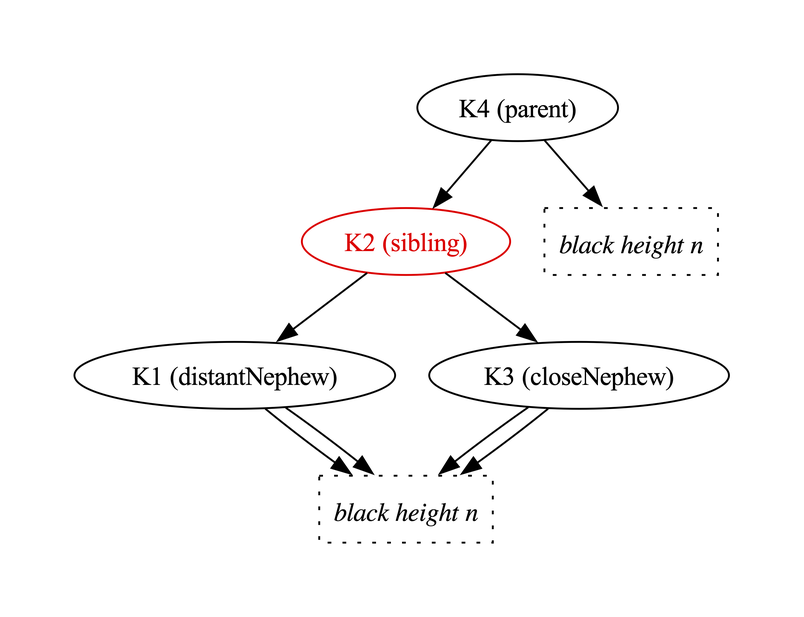
Before: Fw/DataStructures/docs/diagrams/removeBlackLeafNode/red-sibling-1.png, a diagram exported from Graphviz (nasa/fprime). Its source is kept beside it as Fw/DataStructures/docs/diagrams/removeBlackLeafNode/red-sibling-1.dot. Its diagram source:
```dot
digraph {

  K4 -> K2
  K4 -> BHn1
  K2 -> K1
  K2 -> K3

  K1 -> BHn2
  K1 -> BHn2
  K3 -> BHn2
  K3 -> BHn2

  K1 [label="K1 (distantNephew)"]
  K2 [label="K2 (sibling)",color="red",fontcolor="red"]
  K3 [label="K3 (closeNephew)"]
  K4 [label="K4 (parent)"]

  BHn1 [shape="box",label="black height n",style="dotted",fontname="Italic"]
  BHn2 [shape="box",label="black height n",style="dotted",fontname="Italic"]

}
```
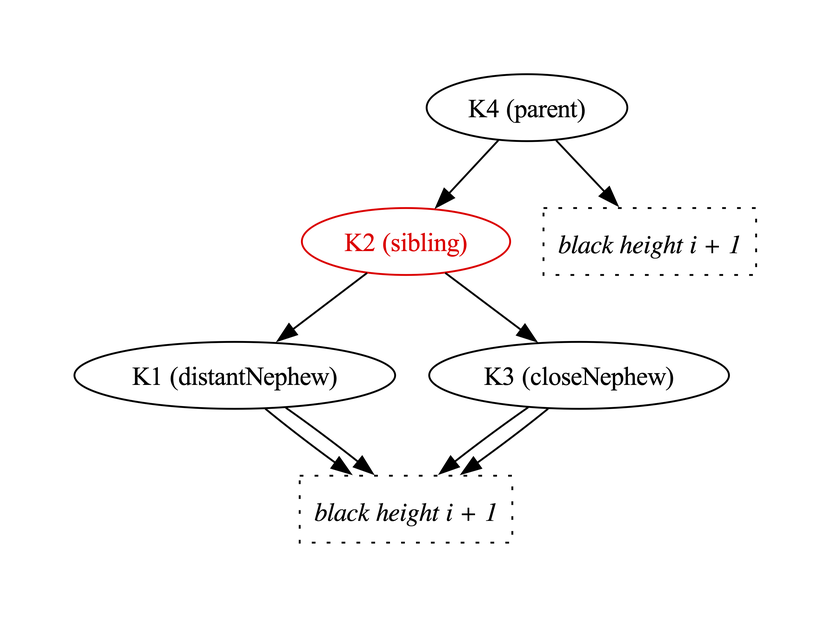
After the change.

Diff of the diagram source:
```diff
@@ -1,21 +1,21 @@
 digraph {
 
   K4 -> K2
-  K4 -> BHn1
+  K4 -> BH1
   K2 -> K1
   K2 -> K3
 
-  K1 -> BHn2
-  K1 -> BHn2
-  K3 -> BHn2
-  K3 -> BHn2
+  K1 -> BH2
+  K1 -> BH2
+  K3 -> BH2
+  K3 -> BH2
 
   K1 [label="K1 (distantNephew)"]
   K2 [label="K2 (sibling)",color="red",fontcolor="red"]
   K3 [label="K3 (closeNephew)"]
   K4 [label="K4 (parent)"]
 
-  BHn1 [shape="box",label="black height n",style="dotted",fontname="Italic"]
-  BHn2 [shape="box",label="black height n",style="dotted",fontname="Italic"]
+  BH1 [shape="box",label="black height i + 1",style="dotted",fontname="Italic"]
+  BH2 [shape="box",label="black height i + 1",style="dotted",fontname="Italic"]
 
 }
```
